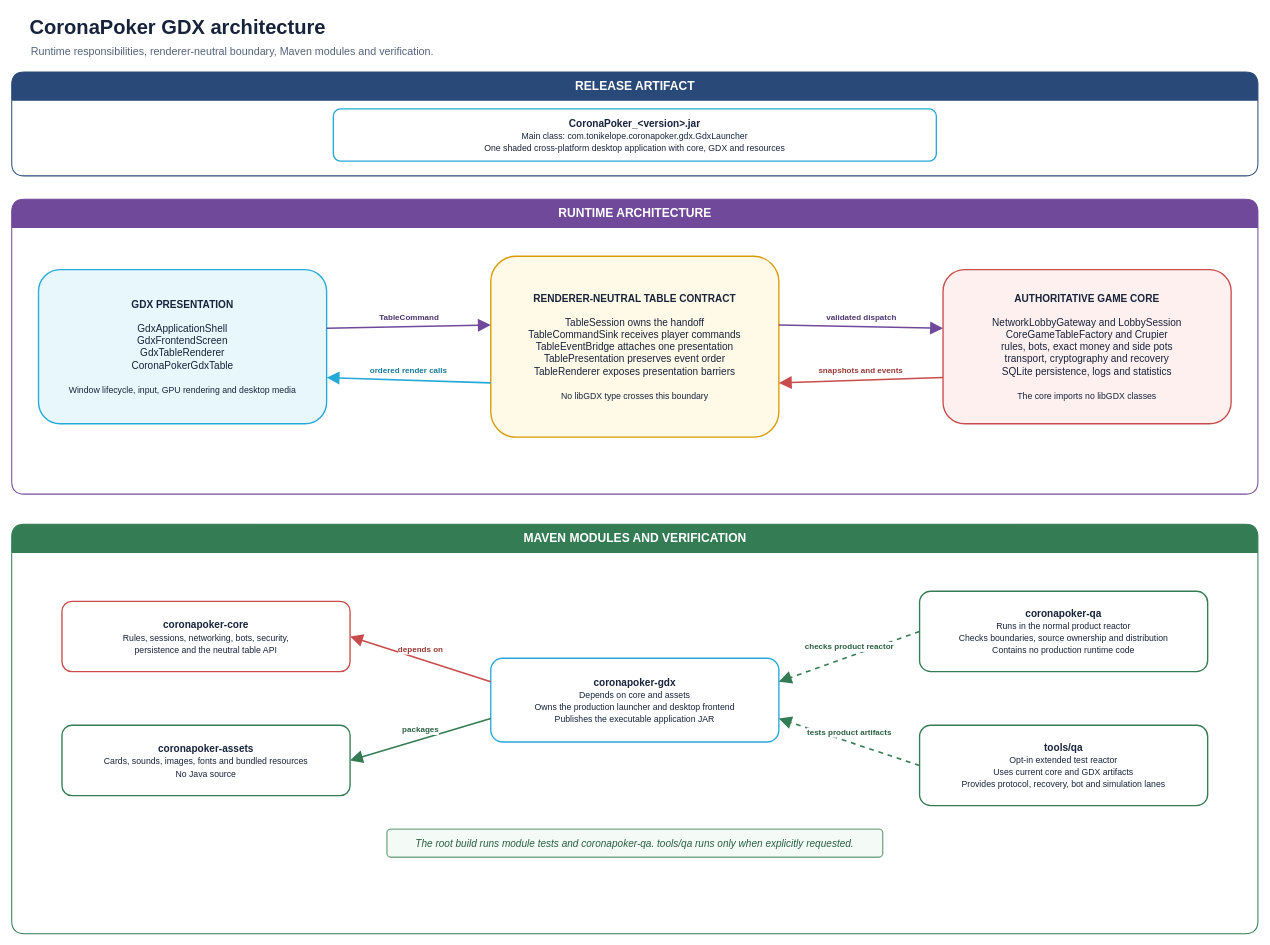
This is docs/diagrams/coronapoker-module-map.drawio from tonikelope/coronapoker, a draw.io file, before an edit. Source tidied: cells renumbered, new cells numbered last; positions are measured from the earlier drawing's top-left corner, leaving out a move shared by most shapes. Both pictures are drawn from the tidied source at 67%, with x=0, y=0 at pixel (11, 11).
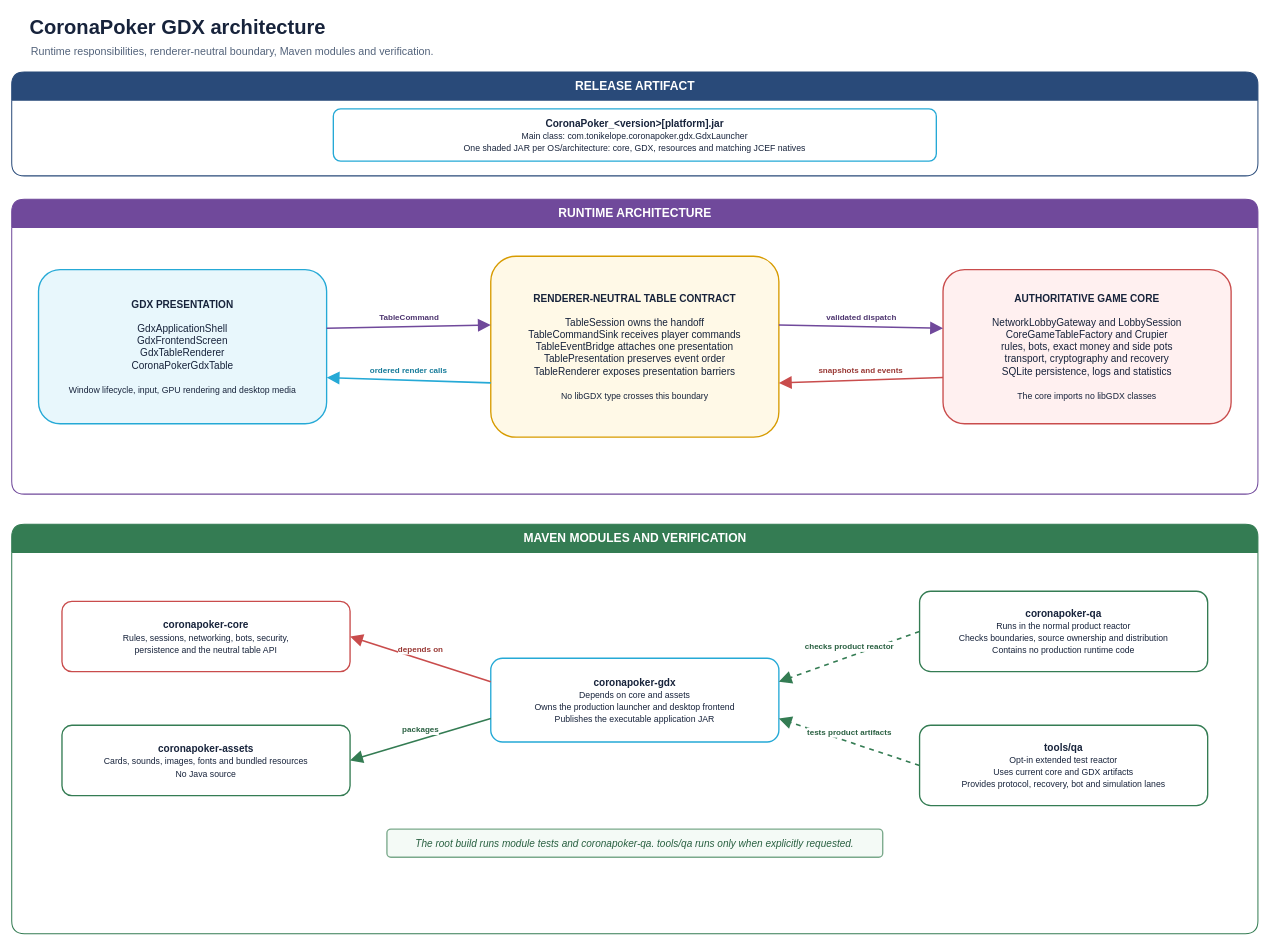
The same diagram, later.

Change to the diagram source:
```diff
@@
-    <mxCell id="5" value="&lt;b&gt;CoronaPoker_&amp;lt;version&amp;gt;.jar&lt;/b&gt;&lt;br&gt;&lt;font size=&quot;2&quot;&gt;Main class: com.tonikelope.coronapoker.gdx.GdxLauncher&lt;br&gt;One shaded cross-platform desktop application with core, GDX and resources&lt;/font&gt;" style="rounded=1;arcSize=14;whiteSpace=wrap;html=1;fillColor=#FFFFFF;strokeColor=#25A9D6;strokeWidth=2;fontColor=#17233B;fontSize=15;align=center;verticalAlign=middle;spacing=8;" parent="1" vertex="1">
+    <mxCell id="5" value="&lt;b&gt;CoronaPoker_&amp;lt;version&amp;gt;[platform].jar&lt;/b&gt;&lt;br&gt;&lt;font size=&quot;2&quot;&gt;Main class: com.tonikelope.coronapoker.gdx.GdxLauncher&lt;br&gt;One shaded JAR per OS/architecture: core, GDX, resources and matching JCEF natives&lt;/font&gt;" style="rounded=1;arcSize=14;whiteSpace=wrap;html=1;fillColor=#FFFFFF;strokeColor=#25A9D6;strokeWidth=2;fontColor=#17233B;fontSize=15;align=center;verticalAlign=middle;spacing=8;" parent="1" vertex="1">
       <mxGeometry x="480" y="145" width="900" height="78" as="geometry" />
     </mxCell>
```
